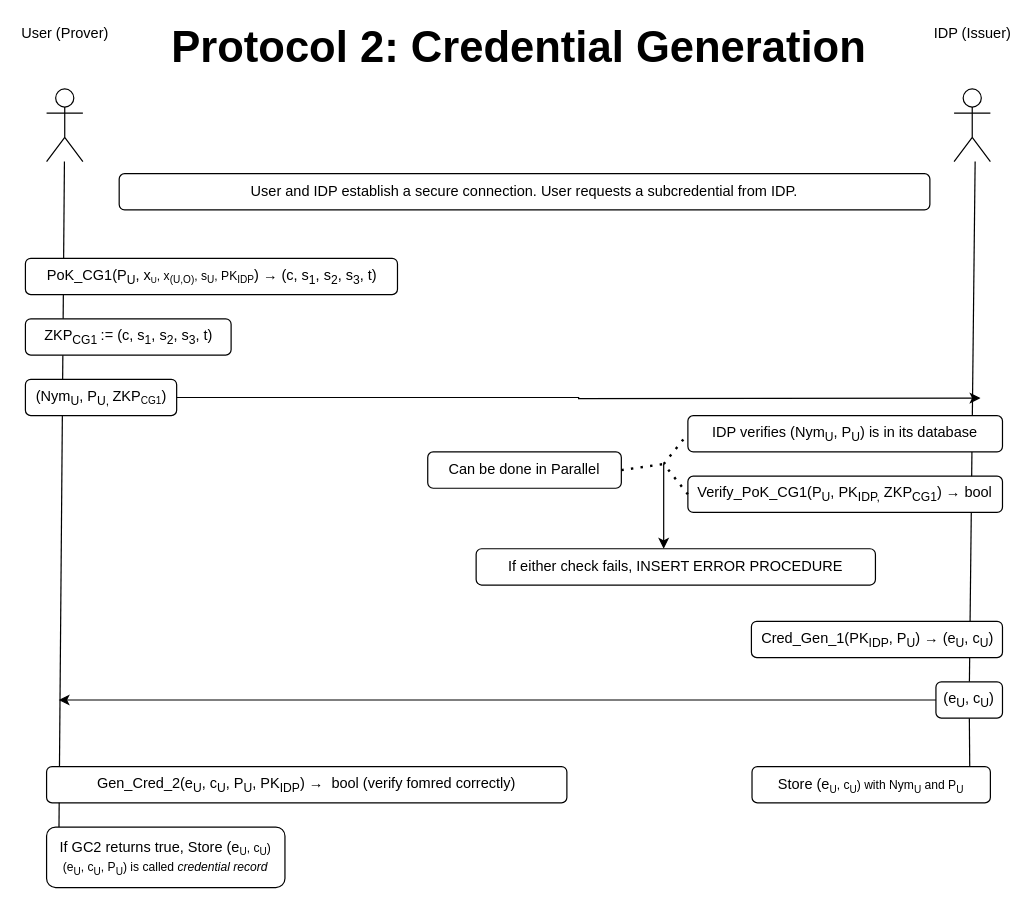
The draw.io diagram page "Cred Gen" (3 of 5) of doc/Updated Protocols.drawio in JacobGorman613/cl-api, before the edit. Source tidied: cells renumbered, new cells numbered last; positions are measured from the earlier drawing's top-left corner, leaving out a move shared by most shapes. Both pictures are drawn from the tidied source at 121%, with x=0, y=0 at pixel (24, 28).
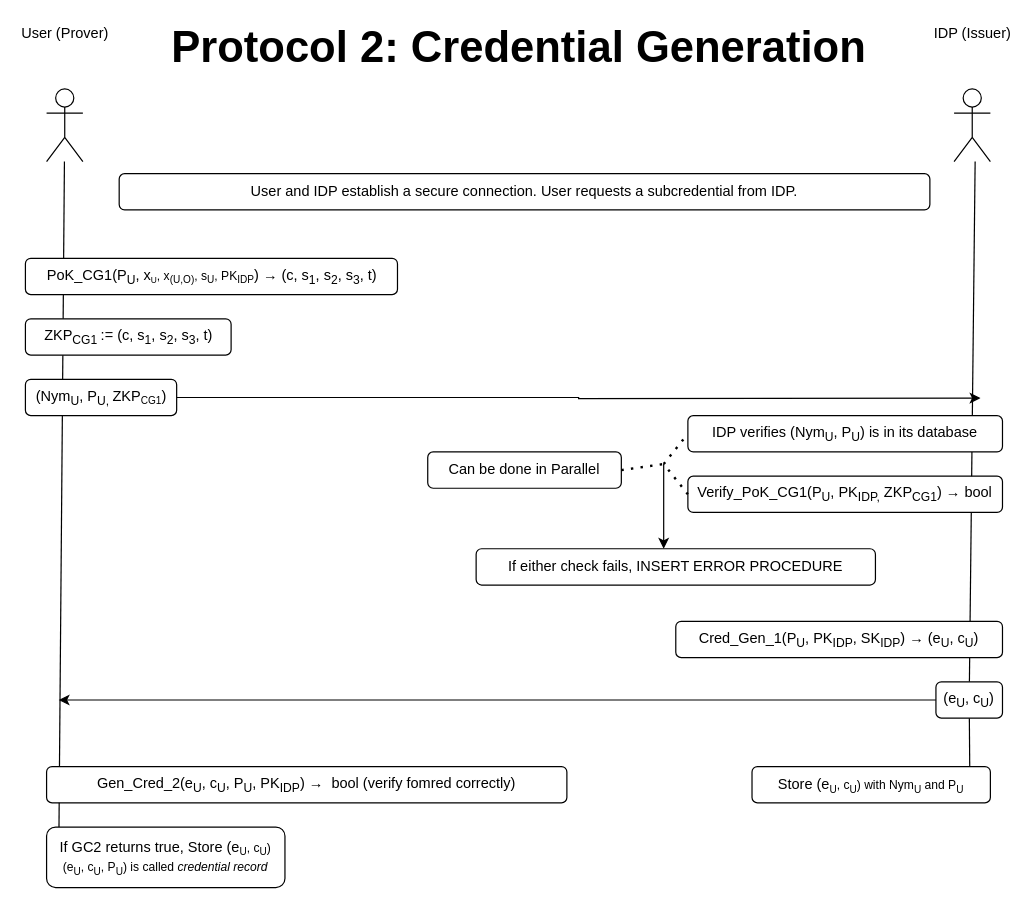
Above is the later version.

What changed in the source:
```diff
@@
-    <mxCell id="20" value="Cred_Gen_1(PK&lt;sub&gt;IDP&lt;/sub&gt;, P&lt;sub&gt;U&lt;/sub&gt;) → (e&lt;sub&gt;U&lt;/sub&gt;, c&lt;sub&gt;U&lt;/sub&gt;)" style="rounded=1;whiteSpace=wrap;html=1;" parent="1" vertex="1">
-      <mxGeometry x="600.5" y="490" width="207.5" height="30" as="geometry" />
+    <mxCell id="20" value="Cred_Gen_1(P&lt;sub&gt;U&lt;/sub&gt;,&amp;nbsp;PK&lt;sub&gt;IDP&lt;/sub&gt;, SK&lt;sub&gt;IDP&lt;/sub&gt;) → (e&lt;sub&gt;U&lt;/sub&gt;, c&lt;sub&gt;U&lt;/sub&gt;)" style="rounded=1;whiteSpace=wrap;html=1;" parent="1" vertex="1">
+      <mxGeometry x="538" y="490" width="270" height="30" as="geometry" />
     </mxCell>
```
